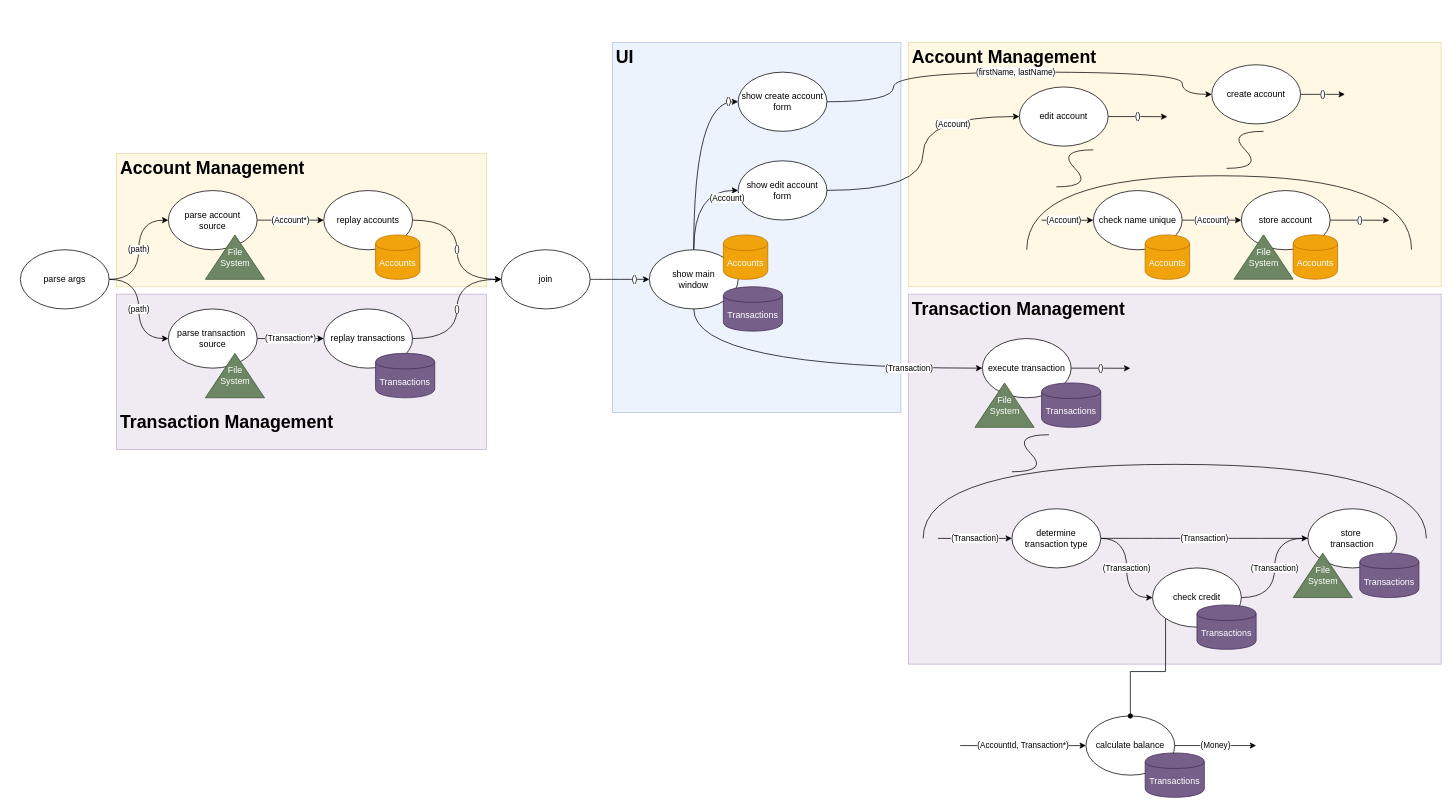
Above: ljw-client-flow-diagram.drawio in joshuaju/ljw-applications (draw.io), before the change. Source tidied: cells renumbered, new cells numbered last; positions are measured from the earlier drawing's top-left corner, leaving out a move shared by most shapes. Both pictures are drawn from the tidied source at 74%, with x=0, y=0 at pixel (20, 42).
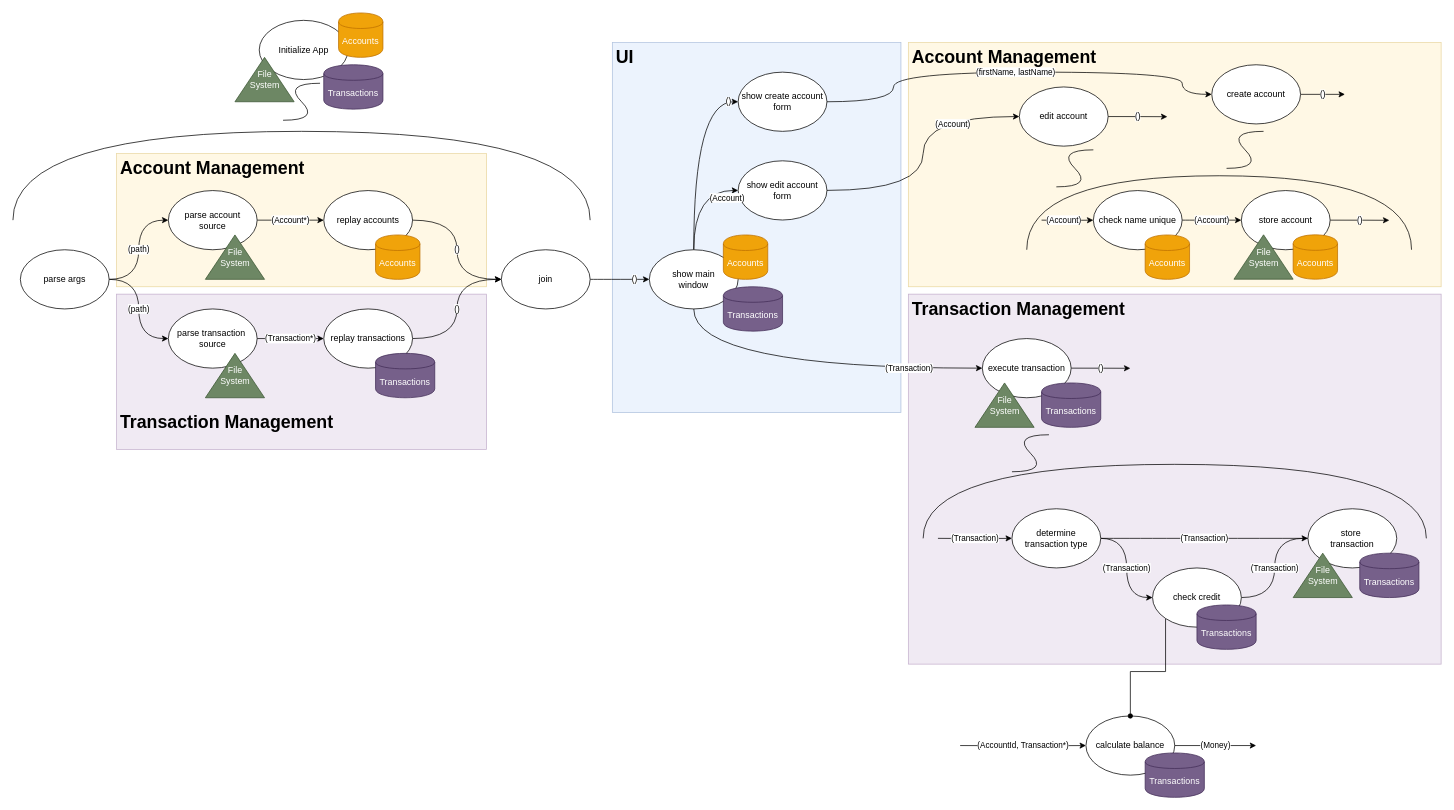
The same diagram, later.

Diff of the diagram source:
```diff
@@
+    <mxCell id="70" value="Initialize App" style="ellipse;whiteSpace=wrap;html=1;align=center;" parent="1" vertex="1">
+      <mxGeometry x="322.8" y="-30" width="120" height="80" as="geometry" />
+    </mxCell>
+    <mxCell id="71" style="curved=1;endArrow=none;html=1;endFill=0;" parent="1" edge="1">
+      <mxGeometry relative="1" as="geometry">
+        <mxPoint x="355" y="105" as="sourcePoint" />
+        <mxPoint x="405" y="55" as="targetPoint" />
+        <Array as="points">
+          <mxPoint x="405" y="105" />
+          <mxPoint x="355" y="55" />
+        </Array>
+      </mxGeometry>
+    </mxCell>
+    <mxCell id="72" style="endArrow=none;html=1;edgeStyle=orthogonalEdgeStyle;curved=1;" parent="1" edge="1">
+      <mxGeometry relative="1" as="geometry">
+        <mxPoint x="-10" y="240" as="sourcePoint" />
+        <mxPoint x="770" y="240" as="targetPoint" />
+        <Array as="points">
+          <mxPoint x="-10" y="120" />
+          <mxPoint x="770" y="120" />
+        </Array>
+      </mxGeometry>
+    </mxCell>
+    <mxCell id="73" value="File &lt;br&gt;System" style="verticalLabelPosition=middle;verticalAlign=middle;html=1;shape=mxgraph.basic.acute_triangle;dx=0.5;rounded=0;shadow=0;comic=0;horizontal=1;labelPosition=center;align=center;fillColor=#6d8764;strokeColor=#3A5431;fontColor=#ffffff;" parent="1" vertex="1">
+      <mxGeometry x="290" y="20" width="80" height="60" as="geometry" />
+    </mxCell>
+    <mxCell id="74" value="Accounts" style="shape=cylinder;whiteSpace=wrap;html=1;boundedLbl=1;backgroundOutline=1;rounded=0;shadow=0;comic=0;fillColor=#f0a30a;strokeColor=#BD7000;fontColor=#ffffff;" parent="1" vertex="1">
+      <mxGeometry x="430" y="-40" width="60" height="60" as="geometry" />
+    </mxCell>
+    <mxCell id="75" value="Transactions" style="shape=cylinder;whiteSpace=wrap;html=1;boundedLbl=1;backgroundOutline=1;rounded=0;shadow=0;comic=0;fillColor=#76608a;strokeColor=#432D57;fontColor=#ffffff;" parent="1" vertex="1">
+      <mxGeometry x="410" y="30" width="80" height="60" as="geometry" />
+    </mxCell>
```
